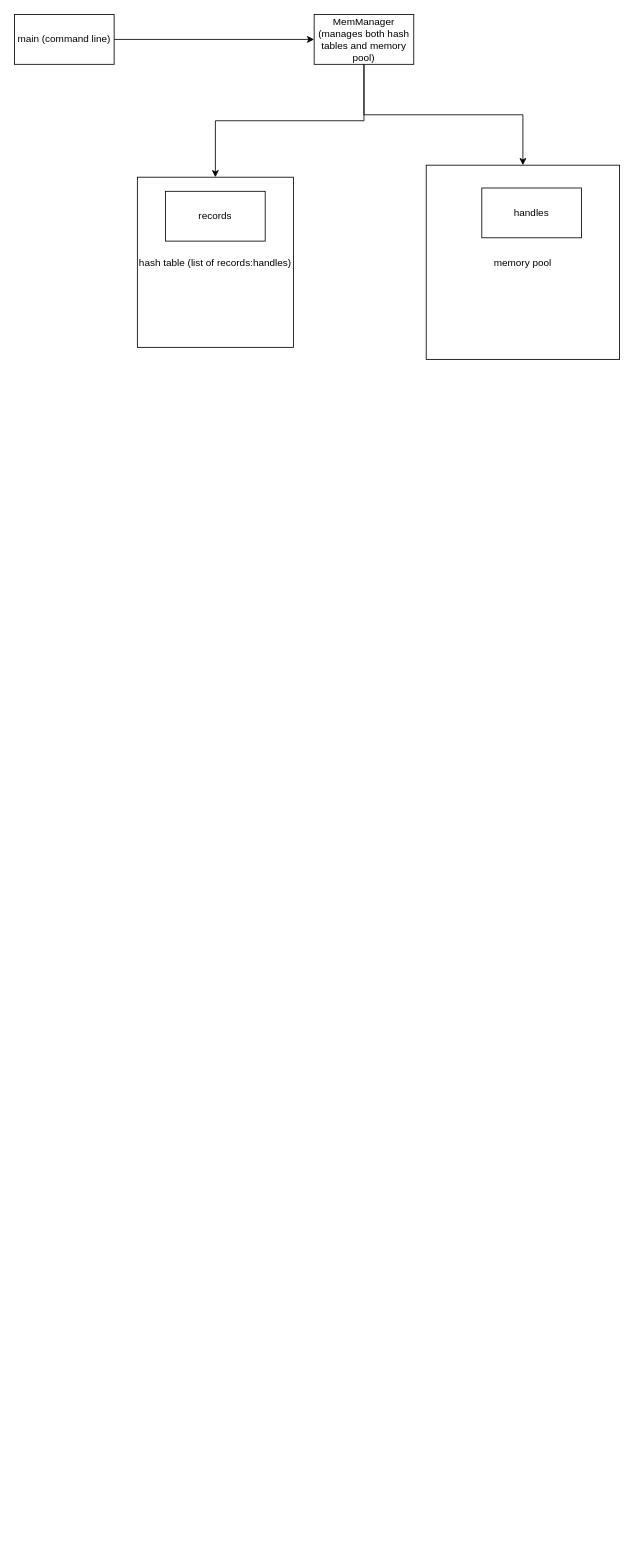
Above: UNderstanding.drawio in aayushbagrecha/DSA (draw.io), before the change. Source tidied: cells renumbered, new cells numbered last; positions are measured from the earlier drawing's top-left corner, leaving out a move shared by most shapes. Both pictures are drawn from the tidied source at 83%, with x=0, y=0 at pixel (14, 14).
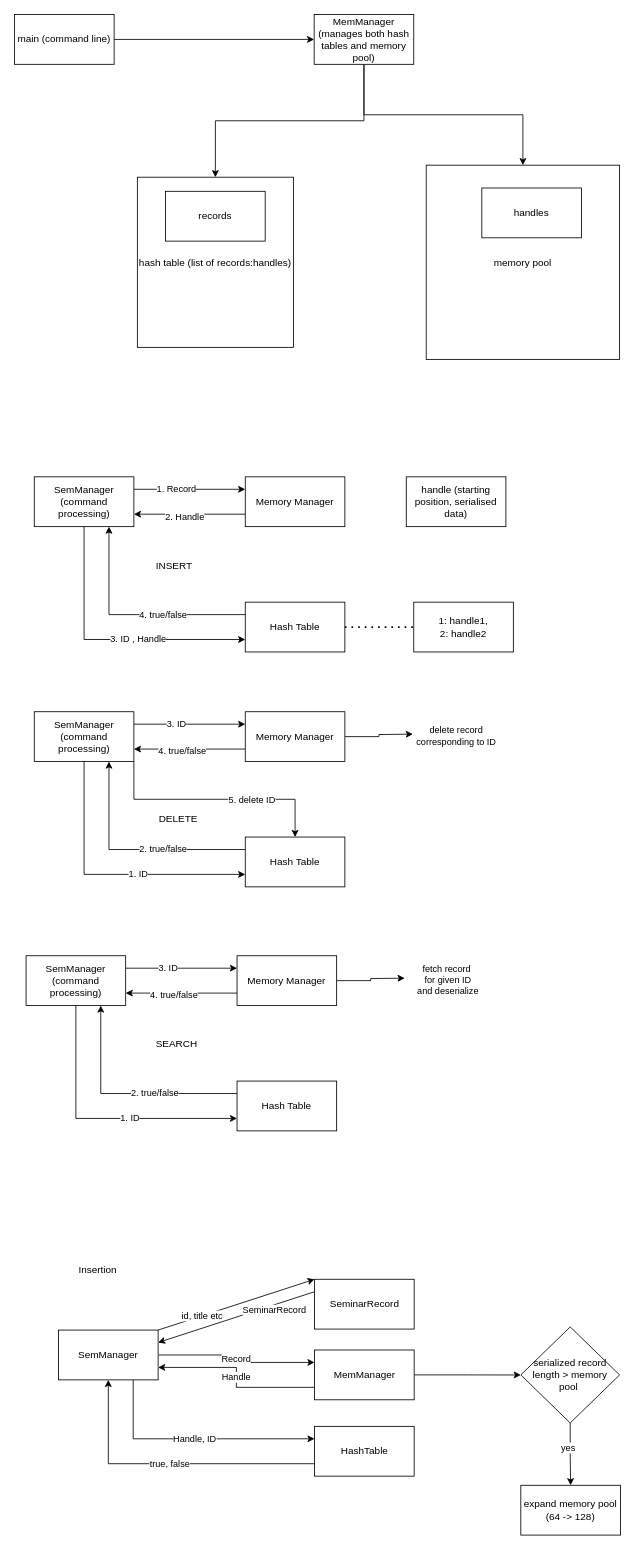
After the change.

The edit, as a diff of the source:
```diff
@@
+    <mxCell id="11" style="edgeStyle=orthogonalEdgeStyle;rounded=0;jettySize=auto;html=1;exitX=0.5;exitY=1;exitDx=0;exitDy=0;entryX=0;entryY=0.75;entryDx=0;entryDy=0;" parent="1" edge="1" source="15" target="21">
+      <mxGeometry relative="1" as="geometry" />
+    </mxCell>
+    <mxCell id="12" value="3. ID , Handle" style="edgeLabel;html=1;align=center;verticalAlign=middle;" parent="11" vertex="1">
+      <mxGeometry x="0.22" y="1" relative="1" as="geometry" />
+    </mxCell>
+    <mxCell id="13" style="edgeStyle=orthogonalEdgeStyle;rounded=0;jettySize=auto;html=1;exitX=1;exitY=0.25;exitDx=0;exitDy=0;entryX=0;entryY=0.25;entryDx=0;entryDy=0;" parent="1" edge="1" source="15" target="18">
+      <mxGeometry relative="1" as="geometry" />
+    </mxCell>
+    <mxCell id="14" value="1. Record" style="edgeLabel;html=1;align=center;verticalAlign=middle;" parent="13" vertex="1">
+      <mxGeometry x="-0.24" y="1" relative="1" as="geometry" />
+    </mxCell>
+    <mxCell id="15" value="SemManager (command processing)" style="whiteSpace=wrap;html=1;" parent="1" vertex="1">
+      <mxGeometry x="23.8" y="557" width="120" height="60" as="geometry" />
+    </mxCell>
+    <mxCell id="16" style="edgeStyle=orthogonalEdgeStyle;rounded=0;jettySize=auto;html=1;exitX=0;exitY=0.75;exitDx=0;exitDy=0;entryX=1;entryY=0.75;entryDx=0;entryDy=0;" parent="1" edge="1" source="18" target="15">
+      <mxGeometry relative="1" as="geometry" />
+    </mxCell>
+    <mxCell id="17" value="2. Handle" style="edgeLabel;html=1;align=center;verticalAlign=middle;" parent="16" vertex="1">
+      <mxGeometry x="0.1" y="3" relative="1" as="geometry" />
+    </mxCell>
+    <mxCell id="18" value="Memory Manager" style="whiteSpace=wrap;html=1;" parent="1" vertex="1">
+      <mxGeometry x="278" y="557" width="120" height="60" as="geometry" />
+    </mxCell>
+    <mxCell id="19" style="edgeStyle=orthogonalEdgeStyle;rounded=0;jettySize=auto;html=1;exitX=0;exitY=0.25;exitDx=0;exitDy=0;entryX=0.75;entryY=1;entryDx=0;entryDy=0;" parent="1" edge="1" source="21" target="15">
+      <mxGeometry relative="1" as="geometry" />
+    </mxCell>
+    <mxCell id="20" value="4. true/false" style="edgeLabel;html=1;align=center;verticalAlign=middle;" parent="19" vertex="1">
+      <mxGeometry x="-0.26" y="-1" relative="1" as="geometry" />
+    </mxCell>
+    <mxCell id="21" value="Hash Table" style="whiteSpace=wrap;html=1;" parent="1" vertex="1">
+      <mxGeometry x="278" y="708" width="120" height="60" as="geometry" />
+    </mxCell>
+    <mxCell id="22" value="1: handle1, &lt;br&gt;2: handle2" style="whiteSpace=wrap;html=1;" parent="1" vertex="1">
+      <mxGeometry x="481" y="708" width="120" height="60" as="geometry" />
+    </mxCell>
+    <mxCell id="23" value="handle (starting position, serialised data)" style="whiteSpace=wrap;html=1;" parent="1" vertex="1">
+      <mxGeometry x="472" y="557" width="120" height="60" as="geometry" />
+    </mxCell>
+    <mxCell id="24" value="INSERT" style="text;html=1;align=center;verticalAlign=middle;strokeColor=none;fillColor=none;" parent="1" vertex="1">
+      <mxGeometry x="161" y="652" width="62" height="26" as="geometry" />
+    </mxCell>
+    <mxCell id="25" style="edgeStyle=orthogonalEdgeStyle;rounded=0;jettySize=auto;html=1;exitX=0.5;exitY=1;exitDx=0;exitDy=0;entryX=0;entryY=0.75;entryDx=0;entryDy=0;" parent="1" edge="1" source="31" target="39">
+      <mxGeometry relative="1" as="geometry" />
+    </mxCell>
+    <mxCell id="26" value="1. ID" style="edgeLabel;html=1;align=center;verticalAlign=middle;" parent="25" vertex="1">
+      <mxGeometry x="0.22" y="1" relative="1" as="geometry" />
+    </mxCell>
+    <mxCell id="27" style="edgeStyle=orthogonalEdgeStyle;rounded=0;jettySize=auto;html=1;exitX=1;exitY=0.25;exitDx=0;exitDy=0;entryX=0;entryY=0.25;entryDx=0;entryDy=0;" parent="1" edge="1" source="31" target="36">
+      <mxGeometry relative="1" as="geometry" />
+    </mxCell>
+    <mxCell id="28" value="3. ID" style="edgeLabel;html=1;align=center;verticalAlign=middle;" parent="27" vertex="1">
+      <mxGeometry x="-0.24" y="1" relative="1" as="geometry" />
+    </mxCell>
+    <mxCell id="29" style="edgeStyle=orthogonalEdgeStyle;rounded=0;jettySize=auto;html=1;exitX=1;exitY=1;exitDx=0;exitDy=0;entryX=0.5;entryY=0;entryDx=0;entryDy=0;" parent="1" edge="1" source="31" target="39">
+      <mxGeometry relative="1" as="geometry" />
+    </mxCell>
+    <mxCell id="30" value="5. delete ID" style="edgeLabel;html=1;align=center;verticalAlign=middle;" parent="29" vertex="1">
+      <mxGeometry x="0.44" y="-2" relative="1" as="geometry">
+        <mxPoint x="-18" y="-2" as="offset" />
+      </mxGeometry>
+    </mxCell>
+    <mxCell id="31" value="SemManager (command processing)" style="whiteSpace=wrap;html=1;" parent="1" vertex="1">
+      <mxGeometry x="23.8" y="840" width="120" height="60" as="geometry" />
+    </mxCell>
+    <mxCell id="32" style="edgeStyle=orthogonalEdgeStyle;rounded=0;jettySize=auto;html=1;exitX=0;exitY=0.75;exitDx=0;exitDy=0;entryX=1;entryY=0.75;entryDx=0;entryDy=0;" parent="1" edge="1" source="36" target="31">
+      <mxGeometry relative="1" as="geometry" />
+    </mxCell>
+    <mxCell id="33" value="4. true/false" style="edgeLabel;html=1;align=center;verticalAlign=middle;" parent="32" vertex="1">
+      <mxGeometry x="0.31" y="2" relative="1" as="geometry">
+        <mxPoint x="11" y="-1" as="offset" />
+      </mxGeometry>
+    </mxCell>
+    <mxCell id="34" style="edgeStyle=orthogonalEdgeStyle;rounded=0;jettySize=auto;html=1;exitX=1;exitY=0.5;exitDx=0;exitDy=0;" parent="1" edge="1" source="36">
+      <mxGeometry relative="1" as="geometry">
+        <mxPoint x="480" y="867" as="targetPoint" />
+      </mxGeometry>
+    </mxCell>
+    <mxCell id="35" value="delete record &lt;br&gt;corresponding to ID" style="edgeLabel;html=1;align=center;verticalAlign=middle;" parent="34" vertex="1">
+      <mxGeometry x="-0.28" y="-1" relative="1" as="geometry">
+        <mxPoint x="103" y="-3" as="offset" />
+      </mxGeometry>
+    </mxCell>
+    <mxCell id="36" value="Memory Manager" style="whiteSpace=wrap;html=1;" parent="1" vertex="1">
+      <mxGeometry x="278" y="840" width="120" height="60" as="geometry" />
+    </mxCell>
+    <mxCell id="37" style="edgeStyle=orthogonalEdgeStyle;rounded=0;jettySize=auto;html=1;exitX=0;exitY=0.25;exitDx=0;exitDy=0;entryX=0.75;entryY=1;entryDx=0;entryDy=0;" parent="1" edge="1" source="39" target="31">
+      <mxGeometry relative="1" as="geometry" />
+    </mxCell>
+    <mxCell id="38" value="2. true/false" style="edgeLabel;html=1;align=center;verticalAlign=middle;" parent="37" vertex="1">
+      <mxGeometry x="-0.26" y="-1" relative="1" as="geometry" />
+    </mxCell>
+    <mxCell id="39" value="Hash Table" style="whiteSpace=wrap;html=1;" parent="1" vertex="1">
+      <mxGeometry x="278" y="991" width="120" height="60" as="geometry" />
+    </mxCell>
+    <mxCell id="40" value="DELETE" style="text;html=1;align=center;verticalAlign=middle;strokeColor=none;fillColor=none;" parent="1" vertex="1">
+      <mxGeometry x="164" y="956" width="65" height="26" as="geometry" />
+    </mxCell>
+    <mxCell id="41" style="endArrow=none;dashed=1;html=1;dashPattern=1 3;strokeWidth=2;rounded=0;exitX=1;exitY=0.5;exitDx=0;exitDy=0;" parent="1" edge="1" source="21" target="22">
+      <mxGeometry relative="1" as="geometry" />
+    </mxCell>
+    <mxCell id="42" style="edgeStyle=orthogonalEdgeStyle;rounded=0;jettySize=auto;html=1;exitX=0.5;exitY=1;exitDx=0;exitDy=0;entryX=0;entryY=0.75;entryDx=0;entryDy=0;" parent="1" edge="1" source="46" target="54">
+      <mxGeometry relative="1" as="geometry" />
+    </mxCell>
+    <mxCell id="43" value="1. ID" style="edgeLabel;html=1;align=center;verticalAlign=middle;" parent="42" vertex="1">
+      <mxGeometry x="0.22" y="1" relative="1" as="geometry" />
+    </mxCell>
+    <mxCell id="44" style="edgeStyle=orthogonalEdgeStyle;rounded=0;jettySize=auto;html=1;exitX=1;exitY=0.25;exitDx=0;exitDy=0;entryX=0;entryY=0.25;entryDx=0;entryDy=0;" parent="1" edge="1" source="46" target="51">
+      <mxGeometry relative="1" as="geometry" />
+    </mxCell>
+    <mxCell id="45" value="3. ID" style="edgeLabel;html=1;align=center;verticalAlign=middle;" parent="44" vertex="1">
+      <mxGeometry x="-0.24" y="1" relative="1" as="geometry" />
+    </mxCell>
+    <mxCell id="46" value="SemManager (command processing)" style="whiteSpace=wrap;html=1;" parent="1" vertex="1">
+      <mxGeometry x="13.9" y="1134" width="120" height="60" as="geometry" />
+    </mxCell>
+    <mxCell id="47" style="edgeStyle=orthogonalEdgeStyle;rounded=0;jettySize=auto;html=1;exitX=0;exitY=0.75;exitDx=0;exitDy=0;entryX=1;entryY=0.75;entryDx=0;entryDy=0;" parent="1" edge="1" source="51" target="46">
+      <mxGeometry relative="1" as="geometry" />
+    </mxCell>
+    <mxCell id="48" value="4. true/false" style="edgeLabel;html=1;align=center;verticalAlign=middle;" parent="47" vertex="1">
+      <mxGeometry x="0.31" y="2" relative="1" as="geometry">
+        <mxPoint x="11" y="-1" as="offset" />
+      </mxGeometry>
+    </mxCell>
+    <mxCell id="49" style="edgeStyle=orthogonalEdgeStyle;rounded=0;jettySize=auto;html=1;exitX=1;exitY=0.5;exitDx=0;exitDy=0;" parent="1" edge="1" source="51">
+      <mxGeometry relative="1" as="geometry">
+        <mxPoint x="470.1" y="1161" as="targetPoint" />
+      </mxGeometry>
+    </mxCell>
+    <mxCell id="50" value="fetch record&amp;nbsp;&lt;br&gt;for given ID&lt;br&gt;and deserialize" style="edgeLabel;html=1;align=center;verticalAlign=middle;" parent="49" vertex="1">
+      <mxGeometry x="-0.28" y="-1" relative="1" as="geometry">
+        <mxPoint x="103" y="-3" as="offset" />
+      </mxGeometry>
+    </mxCell>
+    <mxCell id="51" value="Memory Manager" style="whiteSpace=wrap;html=1;" parent="1" vertex="1">
+      <mxGeometry x="268.1" y="1134" width="120" height="60" as="geometry" />
+    </mxCell>
+    <mxCell id="52" style="edgeStyle=orthogonalEdgeStyle;rounded=0;jettySize=auto;html=1;exitX=0;exitY=0.25;exitDx=0;exitDy=0;entryX=0.75;entryY=1;entryDx=0;entryDy=0;" parent="1" edge="1" source="54" target="46">
+      <mxGeometry relative="1" as="geometry" />
+    </mxCell>
+    <mxCell id="53" value="2. true/false" style="edgeLabel;html=1;align=center;verticalAlign=middle;" parent="52" vertex="1">
+      <mxGeometry x="-0.26" y="-1" relative="1" as="geometry" />
+    </mxCell>
+    <mxCell id="54" value="Hash Table" style="whiteSpace=wrap;html=1;" parent="1" vertex="1">
+      <mxGeometry x="268.1" y="1285" width="120" height="60" as="geometry" />
+    </mxCell>
+    <mxCell id="55" value="SEARCH" style="text;html=1;align=center;verticalAlign=middle;strokeColor=none;fillColor=none;" parent="1" vertex="1">
+      <mxGeometry x="161" y="1228" width="68" height="26" as="geometry" />
+    </mxCell>
+    <mxCell id="56" style="rounded=0;jettySize=auto;html=1;exitX=1;exitY=0;exitDx=0;exitDy=0;entryX=0;entryY=0;entryDx=0;entryDy=0;" parent="1" edge="1" source="60" target="63">
+      <mxGeometry relative="1" as="geometry" />
+    </mxCell>
+    <mxCell id="57" value="id, title etc" style="edgeLabel;html=1;align=center;verticalAlign=middle;" parent="56" vertex="1">
+      <mxGeometry x="-0.45" y="1" relative="1" as="geometry" />
+    </mxCell>
+    <mxCell id="58" value="Record" style="edgeStyle=orthogonalEdgeStyle;rounded=0;jettySize=auto;html=1;exitX=1;exitY=0.5;exitDx=0;exitDy=0;entryX=0;entryY=0.25;entryDx=0;entryDy=0;" parent="1" edge="1" source="60" target="68">
+      <mxGeometry relative="1" as="geometry" />
+    </mxCell>
+    <mxCell id="59" value="Handle, ID" style="edgeStyle=orthogonalEdgeStyle;rounded=0;jettySize=auto;html=1;exitX=0.75;exitY=1;exitDx=0;exitDy=0;entryX=0;entryY=0.25;entryDx=0;entryDy=0;" parent="1" edge="1" source="60" target="65">
+      <mxGeometry relative="1" as="geometry" />
+    </mxCell>
+    <mxCell id="60" value="SemManager" style="whiteSpace=wrap;html=1;" parent="1" vertex="1">
+      <mxGeometry x="53" y="1585" width="120" height="60" as="geometry" />
+    </mxCell>
+    <mxCell id="61" style="rounded=0;jettySize=auto;html=1;exitX=0;exitY=0.25;exitDx=0;exitDy=0;entryX=1;entryY=0.25;entryDx=0;entryDy=0;" parent="1" edge="1" source="63" target="60">
+      <mxGeometry relative="1" as="geometry" />
+    </mxCell>
+    <mxCell id="62" value="SeminarRecord" style="edgeLabel;html=1;align=center;verticalAlign=middle;" parent="61" vertex="1">
+      <mxGeometry x="-0.35" y="2" relative="1" as="geometry">
+        <mxPoint x="11" as="offset" />
+      </mxGeometry>
+    </mxCell>
+    <mxCell id="63" value="SeminarRecord" style="whiteSpace=wrap;html=1;" parent="1" vertex="1">
+      <mxGeometry x="361.5" y="1523.8" width="120" height="60" as="geometry" />
+    </mxCell>
+    <mxCell id="64" value="true, false" style="edgeStyle=orthogonalEdgeStyle;rounded=0;jettySize=auto;html=1;exitX=0;exitY=0.75;exitDx=0;exitDy=0;" parent="1" edge="1" source="65" target="60">
+      <mxGeometry relative="1" as="geometry" />
+    </mxCell>
+    <mxCell id="65" value="HashTable" style="whiteSpace=wrap;html=1;" parent="1" vertex="1">
+      <mxGeometry x="361.5" y="1701" width="120" height="60" as="geometry" />
+    </mxCell>
+    <mxCell id="66" value="Handle" style="edgeStyle=orthogonalEdgeStyle;rounded=0;jettySize=auto;html=1;exitX=0;exitY=0.75;exitDx=0;exitDy=0;entryX=1;entryY=0.75;entryDx=0;entryDy=0;" parent="1" edge="1" source="68" target="60">
+      <mxGeometry relative="1" as="geometry" />
+    </mxCell>
+    <mxCell id="67" style="edgeStyle=orthogonalEdgeStyle;rounded=0;jettySize=auto;html=1;exitX=1;exitY=0.5;exitDx=0;exitDy=0;" parent="1" edge="1" source="68" target="72">
+      <mxGeometry relative="1" as="geometry" />
+    </mxCell>
+    <mxCell id="68" value="MemManager" style="whiteSpace=wrap;html=1;" parent="1" vertex="1">
+      <mxGeometry x="361.5" y="1609" width="120" height="60" as="geometry" />
+    </mxCell>
+    <mxCell id="69" value="Insertion" style="text;html=1;align=center;verticalAlign=middle;strokeColor=none;fillColor=none;" parent="1" vertex="1">
+      <mxGeometry x="68" y="1500" width="64" height="26" as="geometry" />
+    </mxCell>
+    <mxCell id="70" style="edgeStyle=orthogonalEdgeStyle;rounded=0;jettySize=auto;html=1;" parent="1" edge="1" source="72" target="73">
+      <mxGeometry relative="1" as="geometry" />
+    </mxCell>
+    <mxCell id="71" value="yes" style="edgeLabel;html=1;align=center;verticalAlign=middle;" parent="70" vertex="1">
+      <mxGeometry x="-0.21" y="-3" relative="1" as="geometry" />
+    </mxCell>
+    <mxCell id="72" value="serialized record length &amp;gt; memory pool&amp;nbsp;" style="rhombus;whiteSpace=wrap;html=1;" parent="1" vertex="1">
+      <mxGeometry x="610" y="1581.2" width="119" height="115.7" as="geometry" />
+    </mxCell>
+    <mxCell id="73" value="expand memory pool (64 -&amp;gt; 128)" style="whiteSpace=wrap;html=1;" parent="1" vertex="1">
+      <mxGeometry x="610" y="1772" width="120" height="60" as="geometry" />
+    </mxCell>
```
